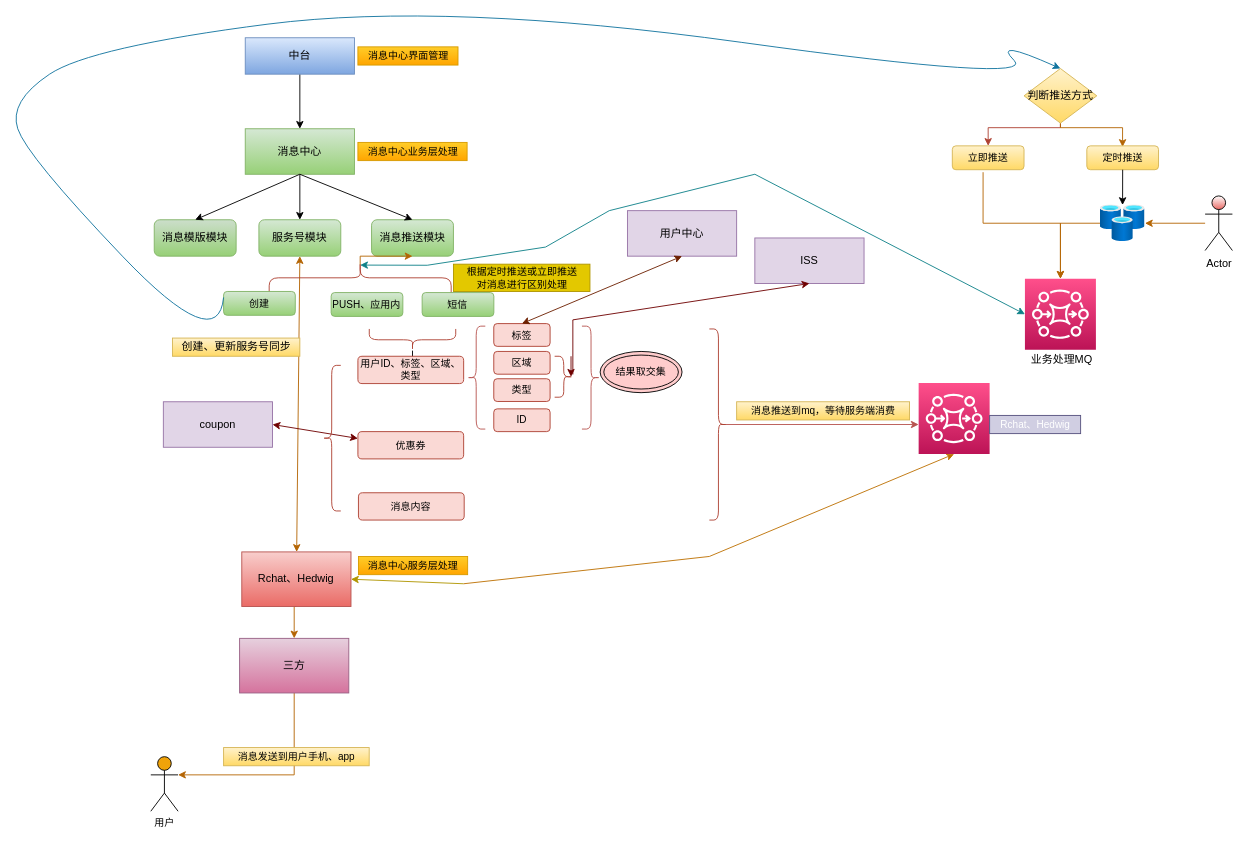
Earlier version of the draw.io diagram Untitled Diagram.drawio (HELLOWXC/drawPicture). Source tidied: cells renumbered, new cells numbered last; positions are measured from the earlier drawing's top-left corner, leaving out a move shared by most shapes. Both pictures are drawn from the tidied source at 91%, with x=0, y=0 at pixel (8, 1).
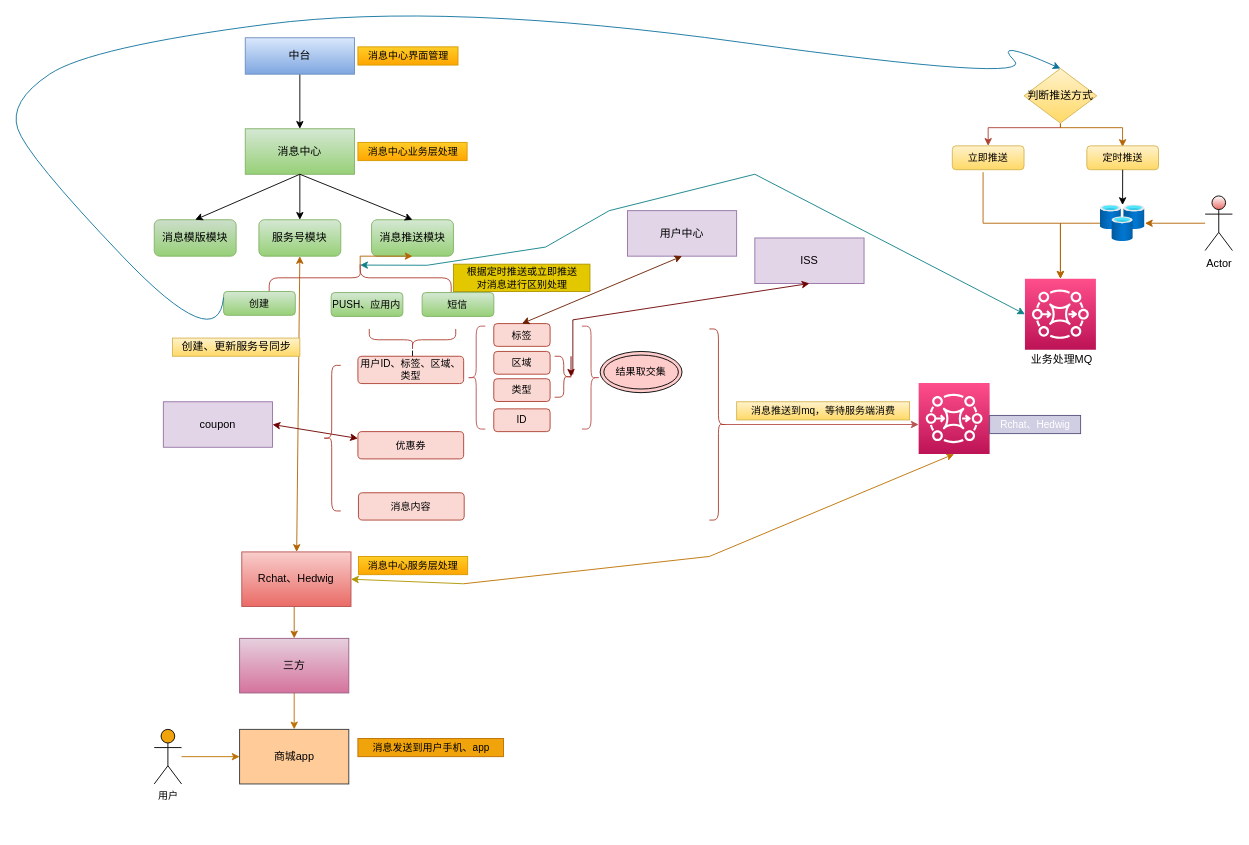
After the change.

The change refers to these unchanged cells:
```xml
<mxCell id="21" value="三方" style="whiteSpace=wrap;html=1;rounded=0;fillColor=#e6d0de;gradientColor=#d5739d;strokeColor=#996185;" parent="1" vertex="1">
  <mxGeometry x="253.8" y="700" width="120" height="60" as="geometry" />
</mxCell>
```

What changed in the source:
```diff
@@
-    <mxCell id="20" style="edgeStyle=orthogonalEdgeStyle;rounded=0;jettySize=auto;html=1;exitX=0.5;exitY=1;exitDx=0;exitDy=0;fontSize=11;fillColor=#fad7ac;strokeColor=#b46504;entryX=1;entryY=0.3333333333333333;entryDx=0;entryDy=0;entryPerimeter=0;" parent="1" edge="1" source="21" target="22">
-      <mxGeometry relative="1" as="geometry" />
-    </mxCell>
+    <mxCell id="71" style="edgeStyle=orthogonalEdgeStyle;rounded=0;jettySize=auto;html=1;entryX=0.5;entryY=0;entryDx=0;entryDy=0;strokeColor=#BD7000;fillColor=#f0a30a;" parent="1" edge="1" source="21" target="73">
+      <mxGeometry relative="1" as="geometry" />
+    </mxCell>
@@
+    <mxCell id="72" style="edgeStyle=orthogonalEdgeStyle;rounded=0;jettySize=auto;html=1;entryX=0;entryY=0.5;entryDx=0;entryDy=0;fillColor=#f0a30a;strokeColor=#BD7000;" parent="1" edge="1" source="22" target="73">
+      <mxGeometry relative="1" as="geometry" />
+    </mxCell>
     <mxCell id="22" value="用户" style="shape=umlActor;verticalLabelPosition=bottom;verticalAlign=top;html=1;fontSize=11;fillColor=#F0A30A;" parent="1" vertex="1">
-      <mxGeometry x="156.2" y="830" width="30" height="60" as="geometry" />
+      <mxGeometry x="160" y="800" width="30" height="60" as="geometry" />
     </mxCell>
@@
-    <mxCell id="27" value="消息发送到用户手机、app" style="text;html=1;align=center;verticalAlign=middle;strokeColor=#d6b656;fillColor=#fff2cc;fontSize=11;gradientColor=#ffd966;" parent="1" vertex="1">
-      <mxGeometry x="236.2" y="820" width="160" height="20" as="geometry" />
+    <mxCell id="27" value="消息发送到用户手机、app" style="text;html=1;align=center;verticalAlign=middle;strokeColor=#BD7000;fillColor=#f0a30a;fontSize=11;fontColor=#000000;" parent="1" vertex="1">
+      <mxGeometry x="383.8" y="810" width="160" height="20" as="geometry" />
     </mxCell>
@@
+    <mxCell id="73" value="商城app" style="whiteSpace=wrap;html=1;rounded=0;fillColor=#ffcc99;strokeColor=#36393d;" parent="1" vertex="1">
+      <mxGeometry x="253.8" y="800" width="120" height="60" as="geometry" />
+    </mxCell>
```
